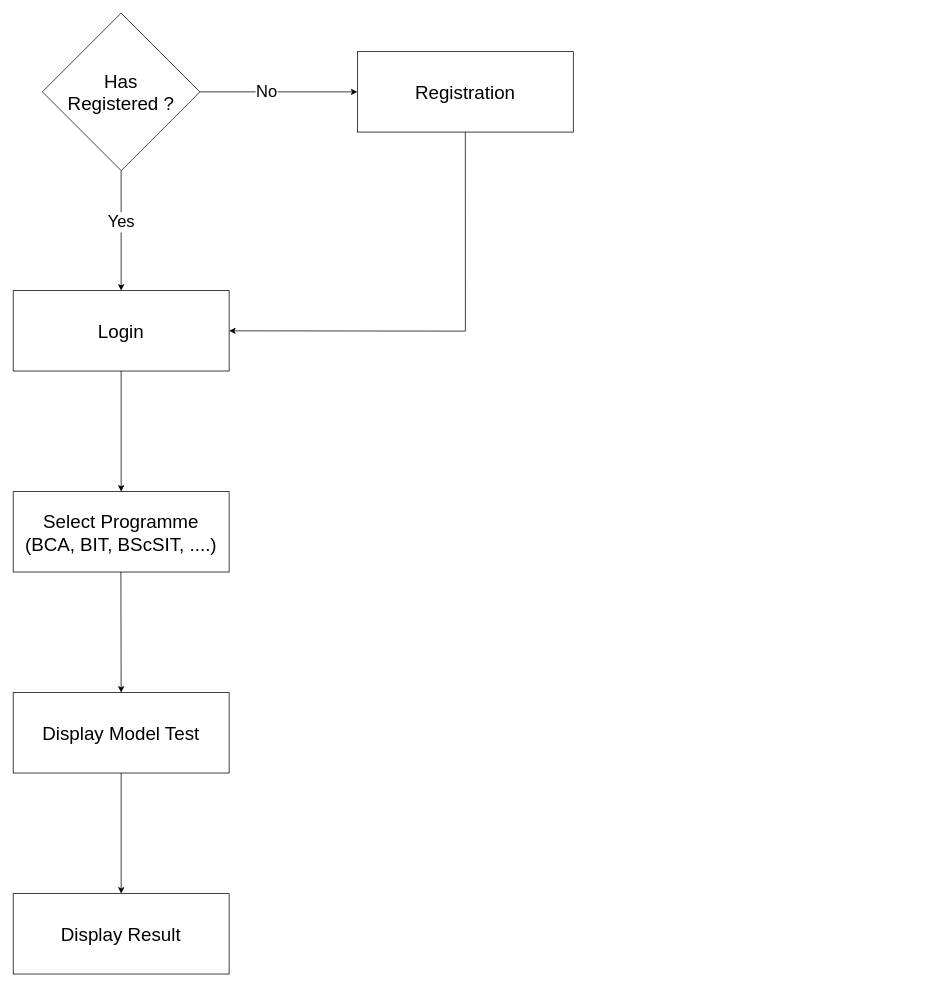
Earlier version of the draw.io diagram static/Project Diagram/Block Diagram.drawio (sainisoftravi/online_entrance). Source tidied: cells renumbered, new cells numbered last; positions are measured from the earlier drawing's top-left corner, leaving out a move shared by most shapes. Both pictures are drawn from the tidied source at 75%, with x=0, y=0 at pixel (13, 13).
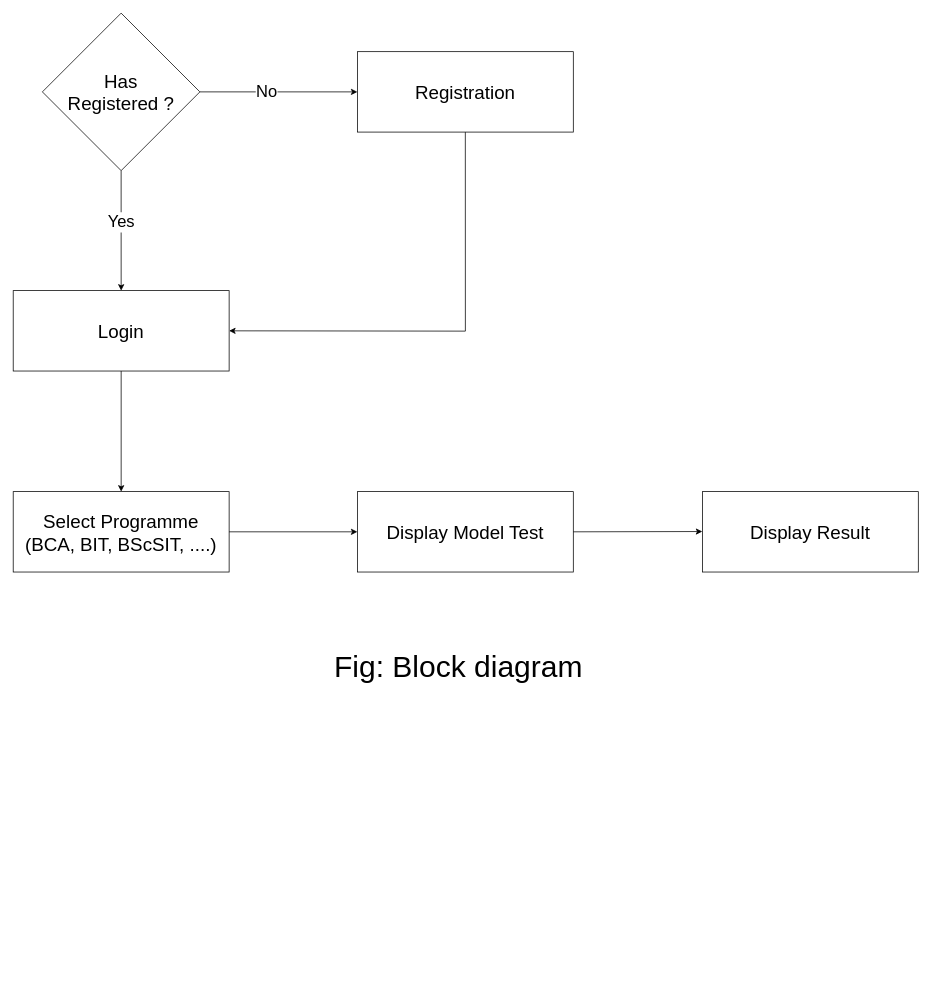
After the change.

Commit message:
Updated Block Diagram

Change to the diagram source:
```diff
@@
 <mxGraphModel>
   <root>
     <mxCell id="0" />
     <mxCell id="1" parent="0" />
     <mxCell id="2" style="edgeStyle=orthogonalEdgeStyle;rounded=0;jettySize=auto;html=1;entryX=0;entryY=0.5;entryDx=0;entryDy=0;" parent="1" edge="1" source="4" target="10">
       <mxGeometry relative="1" as="geometry" />
     </mxCell>
     <mxCell id="3" value="&lt;font style=&quot;font-size: 22px;&quot;&gt;No&lt;/font&gt;" style="edgeLabel;html=1;align=center;verticalAlign=middle;" parent="2" vertex="1">
       <mxGeometry x="-0.16" y="1" relative="1" as="geometry" />
     </mxCell>
     <mxCell id="4" value="&lt;div style=&quot;font-size: 25px;&quot;&gt;&lt;span style=&quot;background-color: initial;&quot;&gt;&lt;font style=&quot;font-size: 25px;&quot;&gt;Has&lt;/font&gt;&lt;/span&gt;&lt;/div&gt;&lt;div style=&quot;font-size: 25px;&quot;&gt;&lt;span style=&quot;background-color: initial;&quot;&gt;&lt;font style=&quot;font-size: 25px;&quot;&gt;Registered ?&lt;/font&gt;&lt;/span&gt;&lt;/div&gt;" style="rhombus;whiteSpace=wrap;html=1;align=center;" parent="1" vertex="1">
       <mxGeometry x="39" width="210" height="210" as="geometry" />
     </mxCell>
     <mxCell id="5" style="endArrow=classic;html=1;rounded=0;exitX=0.5;exitY=1;exitDx=0;exitDy=0;entryX=0.5;entryY=0;entryDx=0;entryDy=0;" parent="1" edge="1" source="4" target="9">
       <mxGeometry relative="1" as="geometry" />
     </mxCell>
     <mxCell id="6" value="&lt;font style=&quot;font-size: 22px;&quot;&gt;Yes&lt;/font&gt;" style="edgeLabel;html=1;align=center;verticalAlign=middle;" parent="5" vertex="1">
       <mxGeometry x="-0.15" y="-1" relative="1" as="geometry" />
     </mxCell>
     <mxCell id="7" style="endArrow=classic;html=1;rounded=0;exitX=0.5;exitY=1;exitDx=0;exitDy=0;entryX=1;entryY=0.5;entryDx=0;entryDy=0;" parent="1" edge="1" source="10" target="9">
       <mxGeometry relative="1" as="geometry">
         <Array as="points">
           <mxPoint x="603" y="424" />
         </Array>
       </mxGeometry>
     </mxCell>
     <mxCell id="8" value="&lt;font style=&quot;font-size: 25px;&quot;&gt;Select Programme&lt;br&gt;(BCA, BIT, BScSIT, ....)&lt;br&gt;&lt;/font&gt;" style="whiteSpace=wrap;html=1;" parent="1" vertex="1">
       <mxGeometry x="0.1" y="638" width="287.9" height="107.2" as="geometry" />
     </mxCell>
     <mxCell id="9" value="&lt;font style=&quot;&quot;&gt;&lt;font style=&quot;font-size: 25px;&quot;&gt;Login&lt;/font&gt;&lt;br&gt;&lt;/font&gt;" style="whiteSpace=wrap;html=1;" parent="1" vertex="1">
       <mxGeometry x="0.1" y="370" width="287.9" height="107.2" as="geometry" />
     </mxCell>
     <mxCell id="10" value="&lt;font style=&quot;&quot;&gt;&lt;font style=&quot;font-size: 25px;&quot;&gt;Registration&lt;/font&gt;&lt;br&gt;&lt;/font&gt;" style="whiteSpace=wrap;html=1;" parent="1" vertex="1">
       <mxGeometry x="459" y="51.4" width="287.9" height="107.2" as="geometry" />
     </mxCell>
     <mxCell id="11" value="&lt;font style=&quot;&quot;&gt;&lt;font style=&quot;font-size: 25px;&quot;&gt;Display Model Test&lt;/font&gt;&lt;br&gt;&lt;/font&gt;" style="whiteSpace=wrap;html=1;" parent="1" vertex="1">
-      <mxGeometry x="0.1" y="906" width="287.9" height="107.2" as="geometry" />
+      <mxGeometry x="459" y="638" width="287.9" height="107.2" as="geometry" />
     </mxCell>
     <mxCell id="12" value="&lt;font style=&quot;&quot;&gt;&lt;font style=&quot;font-size: 25px;&quot;&gt;Display Result&lt;/font&gt;&lt;br&gt;&lt;/font&gt;" style="whiteSpace=wrap;html=1;" parent="1" vertex="1">
-      <mxGeometry x="0.1" y="1174" width="287.9" height="107.2" as="geometry" />
+      <mxGeometry x="919" y="638" width="287.9" height="107.2" as="geometry" />
     </mxCell>
     <mxCell id="13" style="endArrow=classic;html=1;rounded=0;exitX=0.5;exitY=1;exitDx=0;exitDy=0;entryX=0.5;entryY=0;entryDx=0;entryDy=0;" parent="1" edge="1" source="9" target="8">
       <mxGeometry relative="1" as="geometry" />
     </mxCell>
-    <mxCell id="14" style="endArrow=classic;html=1;rounded=0;exitX=0.5;exitY=1;exitDx=0;exitDy=0;entryX=0.5;entryY=0;entryDx=0;entryDy=0;" parent="1" edge="1" target="11">
-      <mxGeometry relative="1" as="geometry">
-        <mxPoint x="143.7" y="745.2" as="sourcePoint" />
-      </mxGeometry>
-    </mxCell>
-    <mxCell id="15" style="endArrow=classic;html=1;rounded=0;exitX=0.5;exitY=1;exitDx=0;exitDy=0;entryX=0.5;entryY=0;entryDx=0;entryDy=0;" parent="1" edge="1" source="11" target="12">
-      <mxGeometry relative="1" as="geometry" />
-    </mxCell>
+    <mxCell id="16" style="endArrow=classic;html=1;rounded=0;exitX=1;exitY=0.5;exitDx=0;exitDy=0;entryX=0;entryY=0.5;entryDx=0;entryDy=0;" parent="1" edge="1" source="8" target="11">
+      <mxGeometry relative="1" as="geometry" />
+    </mxCell>
+    <mxCell id="17" style="endArrow=classic;html=1;rounded=0;exitX=1;exitY=0.5;exitDx=0;exitDy=0;entryX=0;entryY=0.5;entryDx=0;entryDy=0;" parent="1" edge="1" source="11">
+      <mxGeometry relative="1" as="geometry">
+        <mxPoint x="918.9" y="691.2" as="targetPoint" />
+      </mxGeometry>
+    </mxCell>
+    <mxCell id="18" value="&lt;font style=&quot;font-size: 40px;&quot;&gt;Fig: Block diagram&amp;nbsp;&lt;/font&gt;" style="text;html=1;align=center;verticalAlign=middle;strokeColor=none;fillColor=none;" parent="1" vertex="1">
+      <mxGeometry x="419" y="840" width="360" height="60" as="geometry" />
+    </mxCell>
   </root>
 </mxGraphModel>
```
